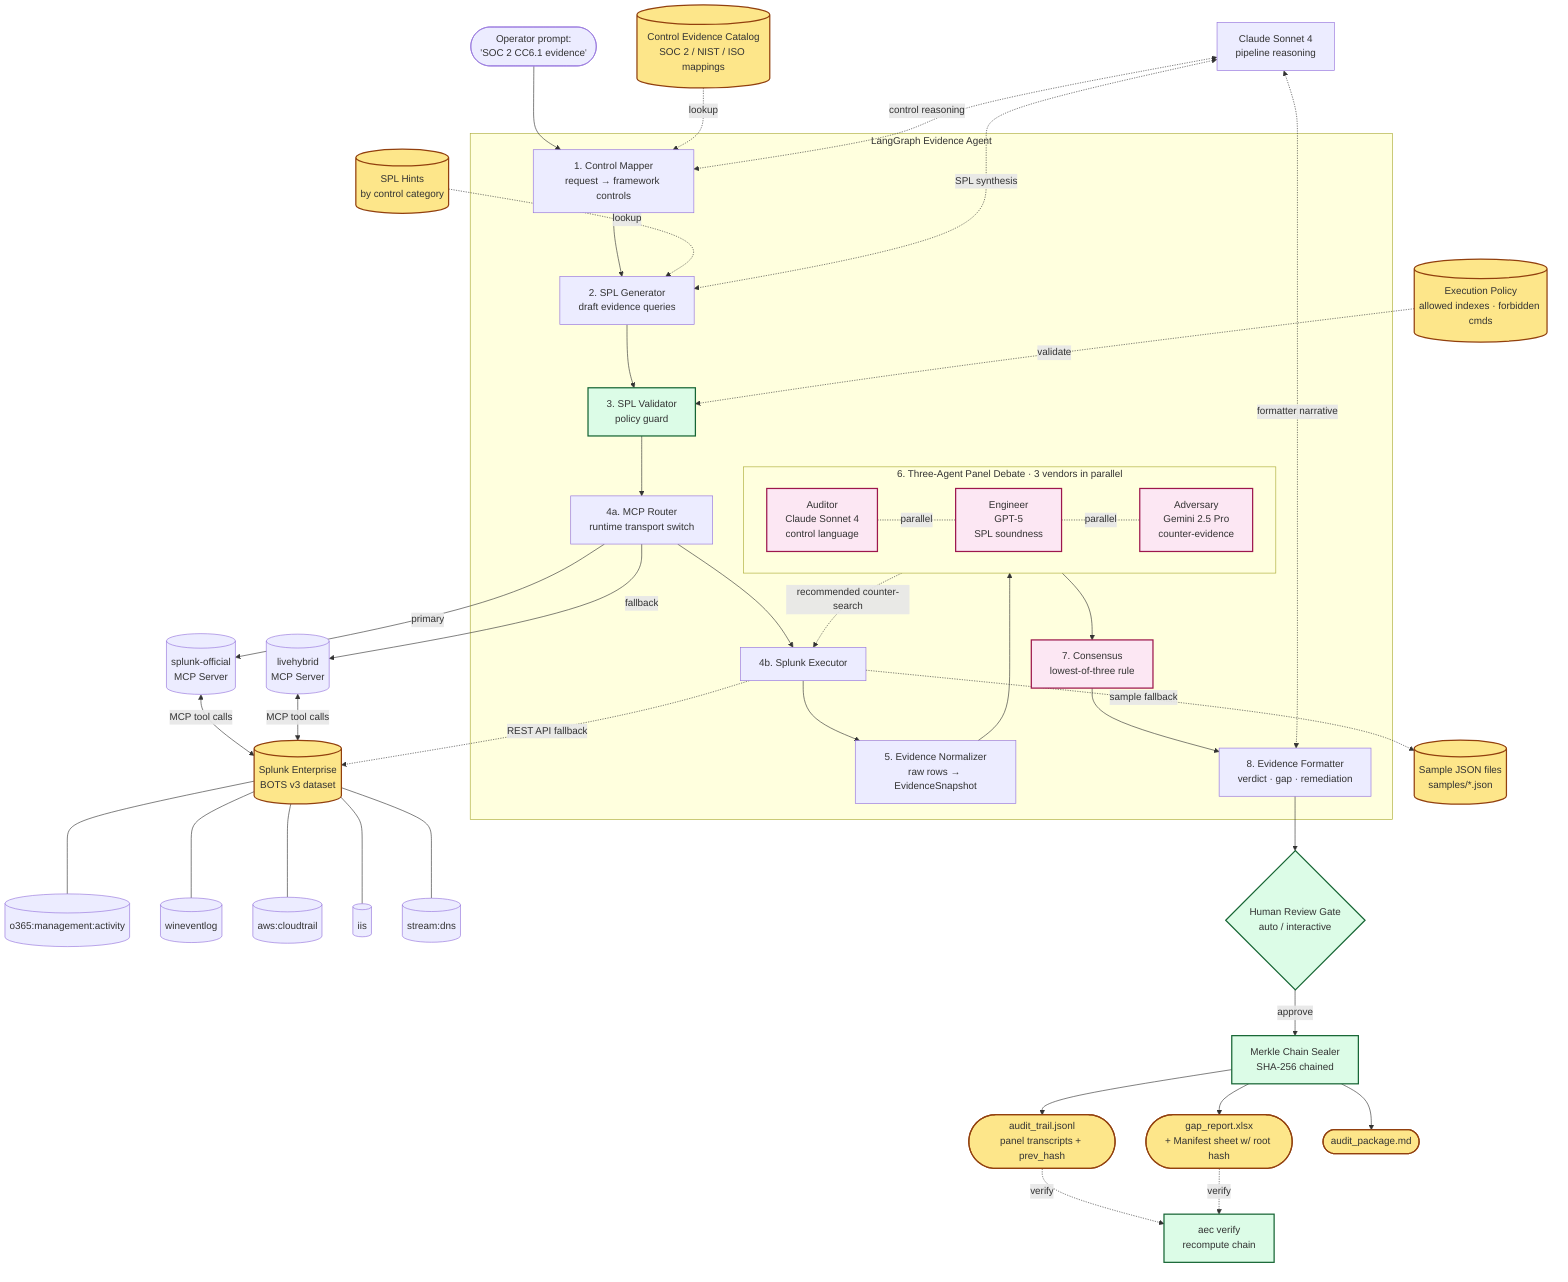
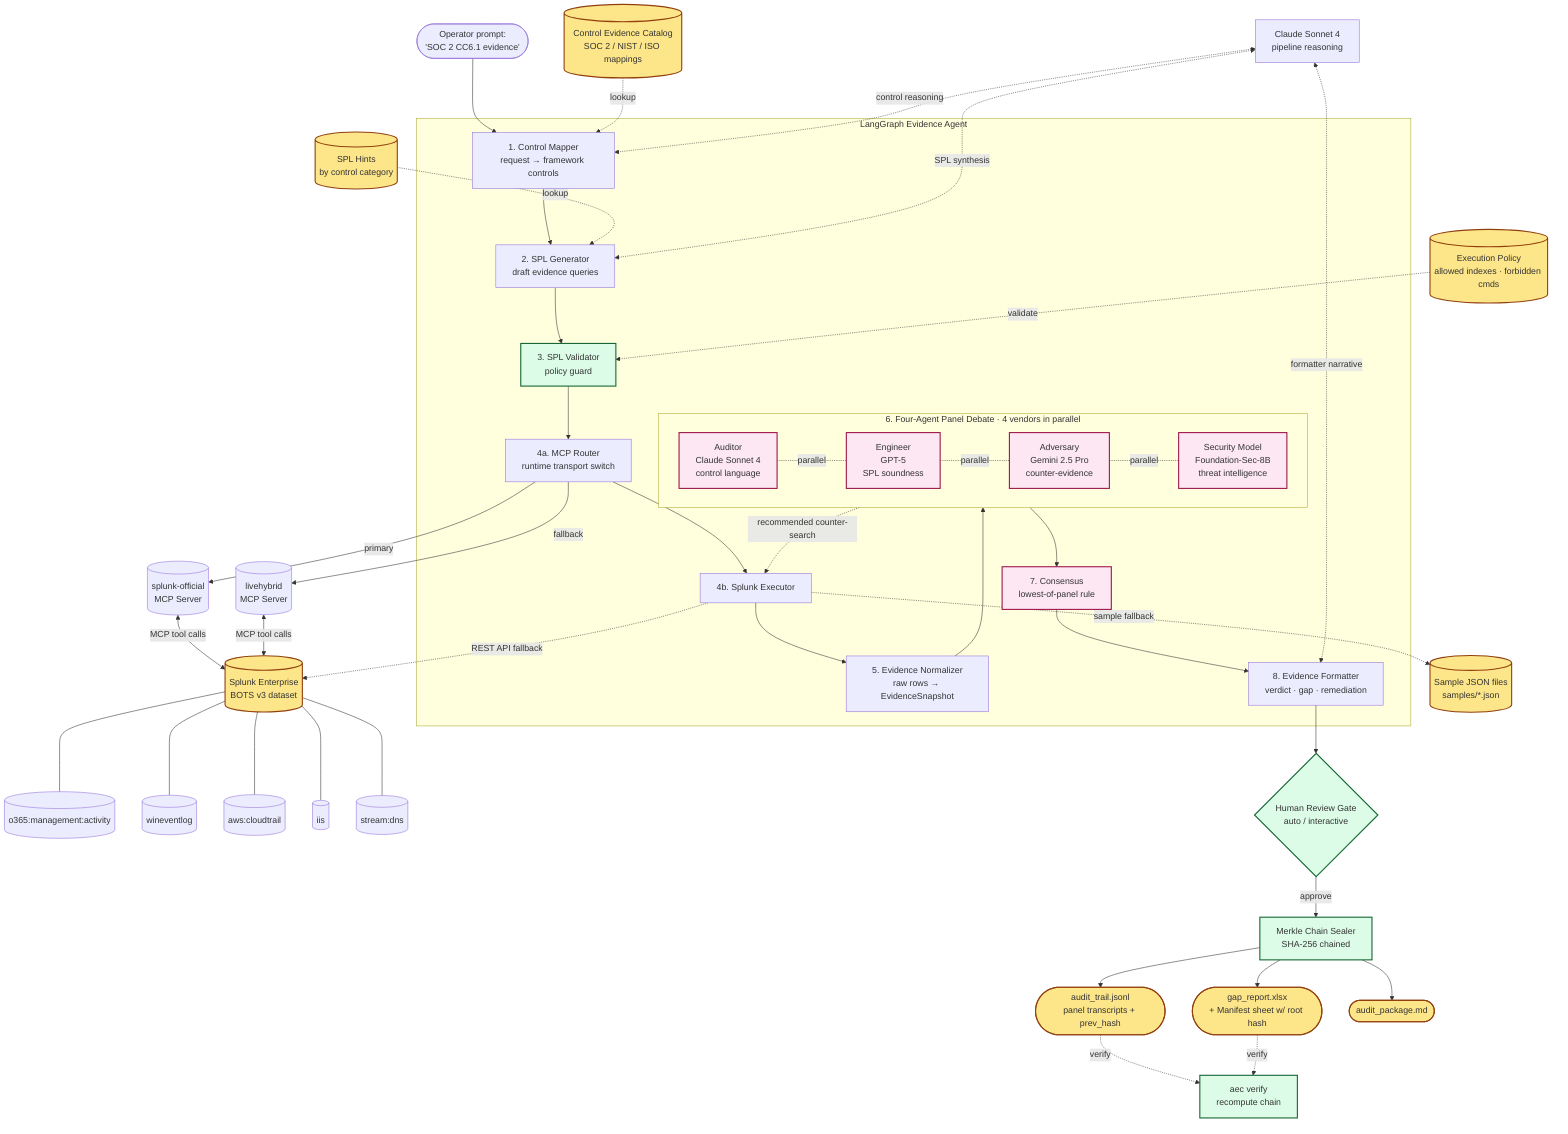
flowchart TD
    O([Operator prompt:<br/>'SOC 2 CC6.1 evidence']) --> CM

    subgraph Agent[LangGraph Evidence Agent]
        CM[1. Control Mapper<br/>request → framework controls] --> SG[2. SPL Generator<br/>draft evidence queries]
        SG --> SV[3. SPL Validator<br/>policy guard]
        SV --> MCPR[4a. MCP Router<br/>runtime transport switch]
        MCPR --> SE[4b. Splunk Executor]
        SE --> EN[5. Evidence Normalizer<br/>raw rows → EvidenceSnapshot]

        EN --> PANEL

-         subgraph PANEL[6. Three-Agent Panel Debate · 3 vendors in parallel]
+         subgraph PANEL[6. Four-Agent Panel Debate · 4 vendors in parallel]
            direction LR
            AUD[Auditor<br/>Claude Sonnet 4<br/>control language] -.parallel.- ENG[Engineer<br/>GPT-5<br/>SPL soundness]
            ENG -.parallel.- ADV[Adversary<br/>Gemini 2.5 Pro<br/>counter-evidence]
+             ADV -.parallel.- SEC[Security Model<br/>Foundation-Sec-8B<br/>threat intelligence]
        end

-         PANEL --> CON[7. Consensus<br/>lowest-of-three rule]
+         PANEL --> CON[7. Consensus<br/>lowest-of-panel rule]
        CON --> FM[8. Evidence Formatter<br/>verdict · gap · remediation]
    end

    CAT[(Control Evidence Catalog<br/>SOC 2 / NIST / ISO mappings)] -.lookup.-> CM
    HINT[(SPL Hints<br/>by control category)] -.lookup.-> SG
    POLICY[(Execution Policy<br/>allowed indexes · forbidden cmds)] -.validate.-> SV

    MCPR -->|primary| MCP_OFF[(splunk-official<br/>MCP Server)]
    MCPR -->|fallback| MCP_LH[(livehybrid<br/>MCP Server)]
    MCP_OFF <-->|MCP tool calls| SPL[(Splunk Enterprise<br/>BOTS v3 dataset)]
    MCP_LH <-->|MCP tool calls| SPL
    SE -.->|REST API fallback| SPL
    SE -.->|sample fallback| SAMPLES[(Sample JSON files<br/>samples/*.json)]
    SPL --- O365[(o365:management:activity)]
    SPL --- WEVT[(wineventlog)]
    SPL --- CT[(aws:cloudtrail)]
    SPL --- IIS[(iis)]
    SPL --- DNS[(stream:dns)]

    ADV -.recommended counter-search.-> SE

    FM --> REVIEW{Human Review Gate<br/>auto / interactive}
    REVIEW -->|approve| MERKLE[Merkle Chain Sealer<br/>SHA-256 chained]
    MERKLE --> OUT([gap_report.xlsx<br/>+ Manifest sheet w/ root hash])
    MERKLE --> LOG([audit_trail.jsonl<br/>panel transcripts + prev_hash])
    MERKLE --> MD([audit_package.md])

    LOG -.verify.-> VER[aec verify<br/>recompute chain]
    OUT -.verify.-> VER

    LLM_PIPE[Claude Sonnet 4<br/>pipeline reasoning] <-.control reasoning.-> CM
    LLM_PIPE <-.SPL synthesis.-> SG
    LLM_PIPE <-.formatter narrative.-> FM

    classDef accent fill:#fde68a,stroke:#92400e,stroke-width:2px;
    classDef data fill:#dbeafe,stroke:#1e40af;
    classDef guard fill:#dcfce7,stroke:#166534,stroke-width:2px;
    classDef panel fill:#fce7f3,stroke:#9d174d,stroke-width:2px;
    class SPL,SAMPLES accent
    class CAT,HINT,POLICY,OUT,LOG,MD accent
    class SV,REVIEW,MERKLE,VER guard
-     class AUD,ENG,ADV,CON panel
+     class AUD,ENG,ADV,SEC,CON panel
